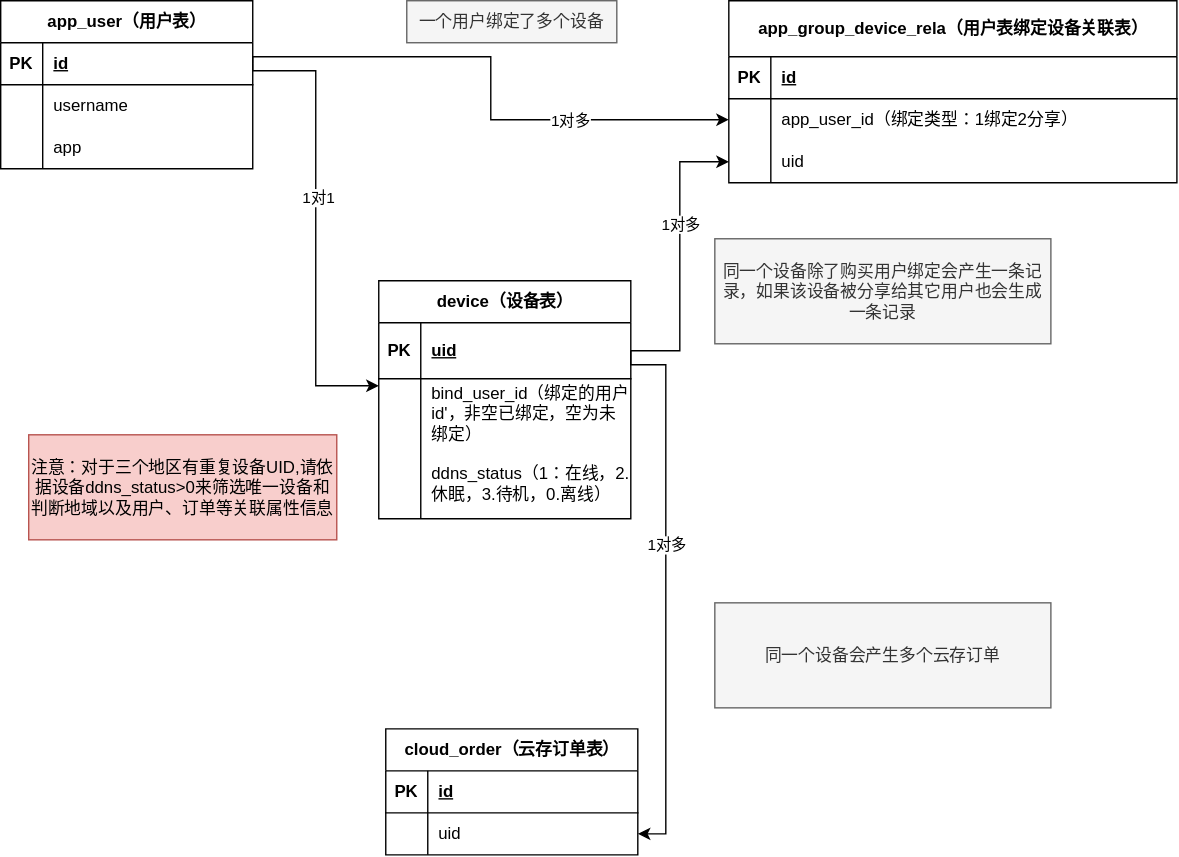
Above: database/1-用户设备关系ER.drawio.svg in LiuXinStrive/ChaoWei (draw.io), before the change. Source tidied: cells renumbered, new cells last; positions are measured from the earlier drawing's top-left corner, leaving out a move shared by most shapes.
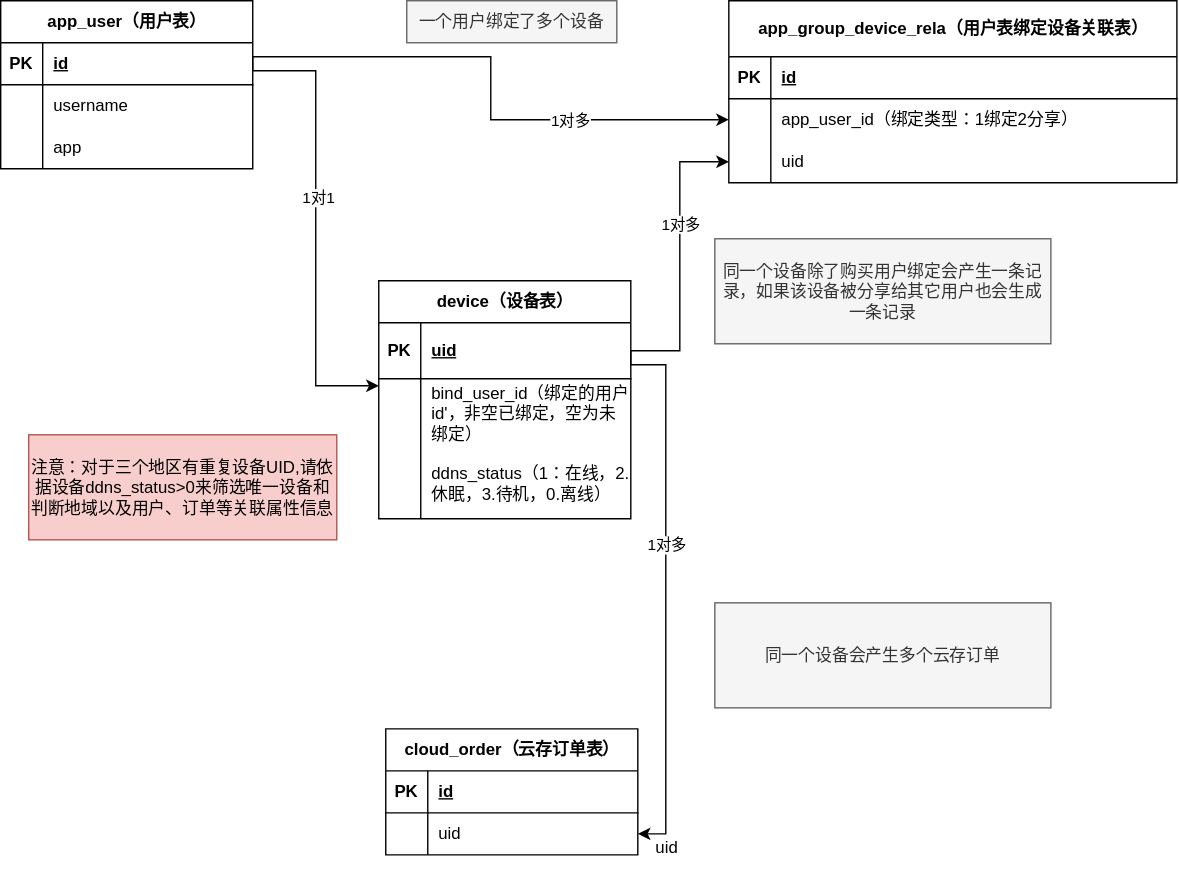
Later version of the same file.

Commit message:
更新1-用户设备关系ER.drawio.svg

Change to the diagram source:
```diff
@@ -169,5 +169,20 @@
     <mxCell id="50" value="同一个设备会产生多个云存订单" style="text;html=1;whiteSpace=wrap;strokeColor=#666666;fillColor=#f5f5f5;align=center;verticalAlign=middle;rounded=0;fontColor=#333333;" parent="1" vertex="1">
       <mxGeometry x="510" y="430" width="240" height="75" as="geometry" />
     </mxCell>
+    <mxCell id="51" style="shape=tableRow;horizontal=0;startSize=0;swimlaneHead=0;swimlaneBody=0;fillColor=none;top=0;left=0;right=0;bottom=0;" parent="1" vertex="1">
+      <mxGeometry x="430" y="590" width="180" height="30" as="geometry" />
+    </mxCell>
+    <mxCell id="52" style="shape=partialRectangle;fillColor=none;top=0;left=0;bottom=0;right=0;overflow=hidden;whiteSpace=wrap;html=1;" parent="51" vertex="1">
+      <mxGeometry width="30" height="30" as="geometry" />
+    </mxCell>
+    <mxCell id="53" value="uid" style="shape=partialRectangle;fillColor=none;top=0;left=0;bottom=0;right=0;align=left;spacingLeft=6;overflow=hidden;whiteSpace=wrap;html=1;" parent="51" vertex="1">
+      <mxGeometry x="30" width="150" height="30" as="geometry" />
+    </mxCell>
+    <mxCell id="54" style="shape=tableRow;horizontal=0;startSize=0;swimlaneHead=0;swimlaneBody=0;fillColor=none;top=0;left=0;right=0;bottom=0;" parent="1" vertex="1">
+      <mxGeometry x="360" y="600" width="180" height="30" as="geometry" />
+    </mxCell>
+    <mxCell id="55" style="shape=partialRectangle;fillColor=none;top=0;left=0;bottom=0;right=0;overflow=hidden;whiteSpace=wrap;html=1;" parent="54" vertex="1">
+      <mxGeometry width="30" height="30" as="geometry" />
+    </mxCell>
   </root>
 </mxGraphModel>
```
